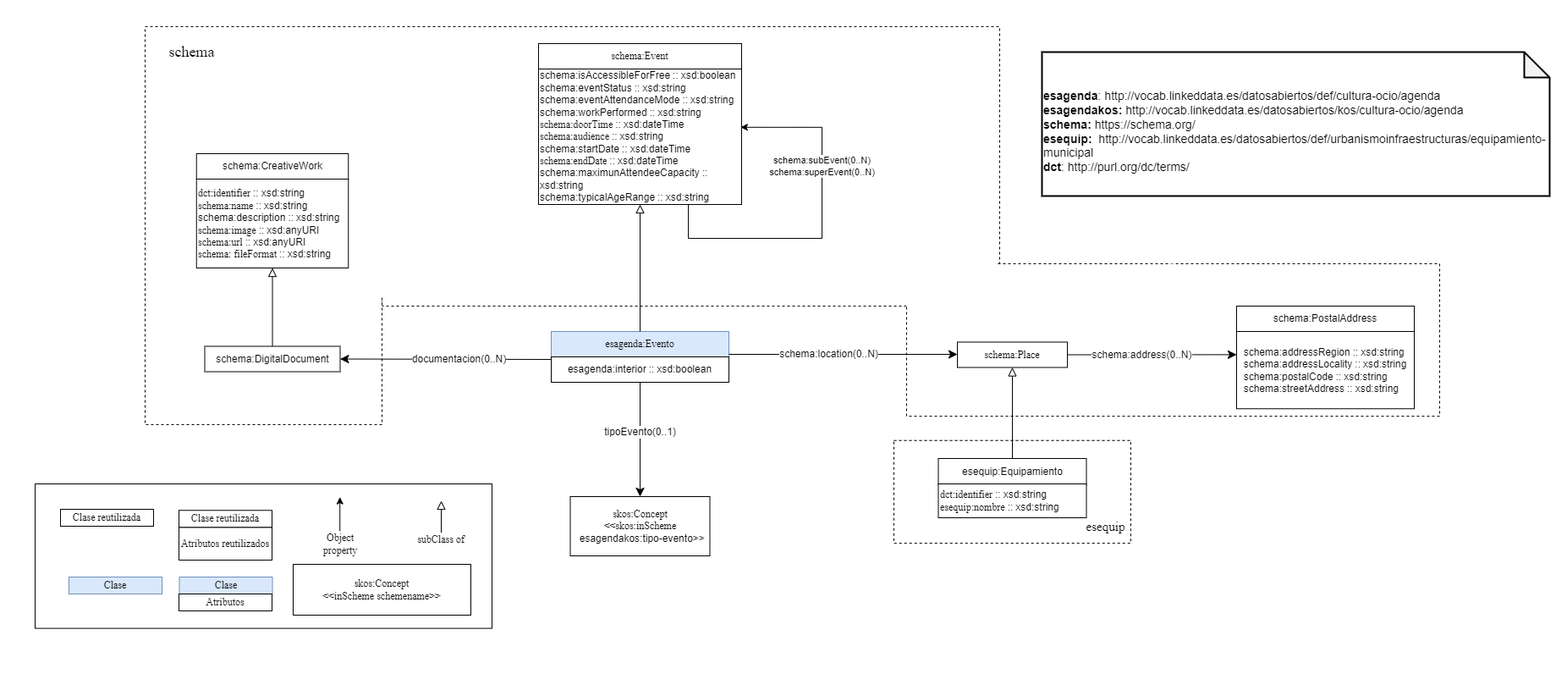
The draw.io diagram resources/images/ontology.png in josuesalas25/esagenda.github.io, before a commit. Source tidied: cells renumbered, new cells last; positions are measured from the earlier drawing's top-left corner, leaving out a move shared by most shapes.
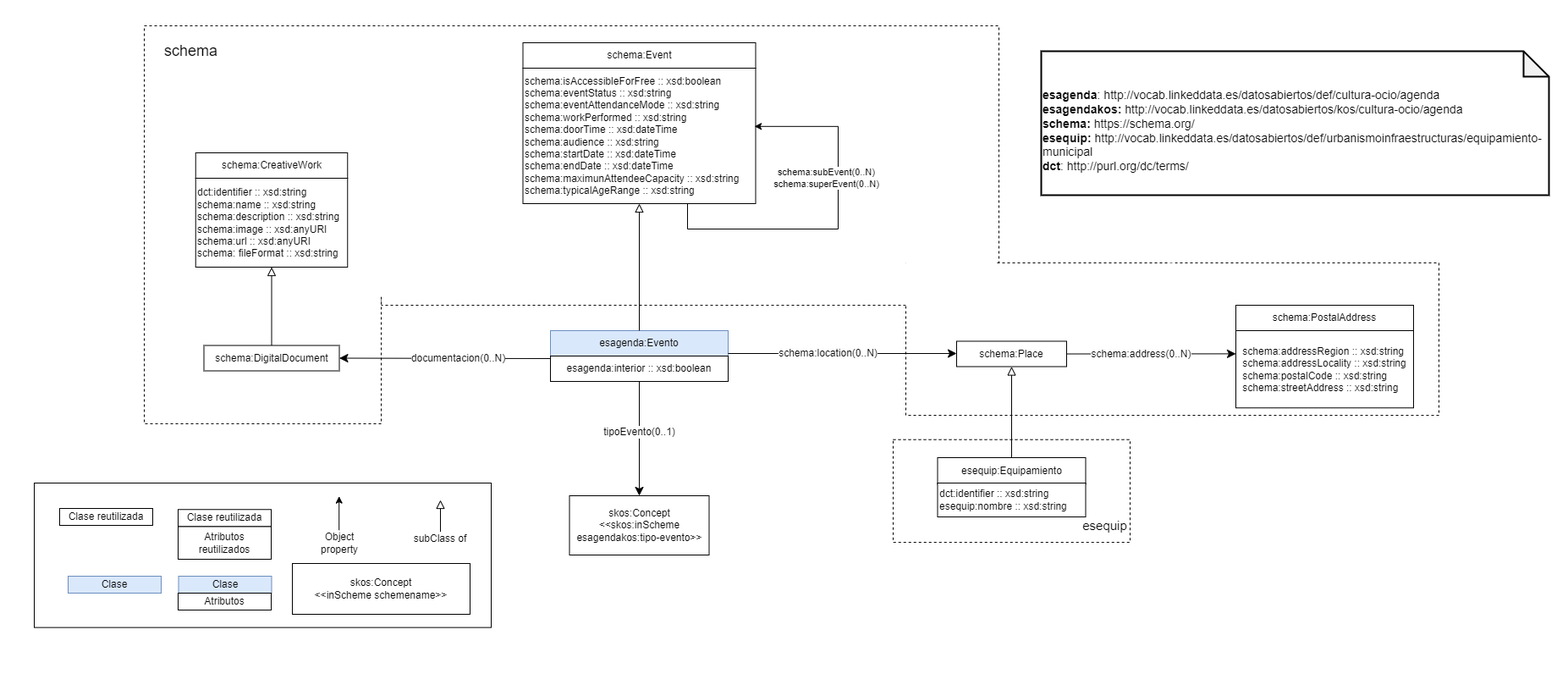
Later version of the same file.

Change to the diagram source:
```diff
@@ -89,10 +89,10 @@
       <mxGeometry x="1107.5" y="570" width="175" height="40" as="geometry" />
     </mxCell>
     <mxCell id="30" value="schema:isAccessibleForFree :: xsd:boolean&amp;nbsp;&lt;br&gt;schema:eventStatus :: xsd:string&lt;br&gt;schema:eventAttendanceMode :: xsd:string&lt;br&gt;schema:workPerformed :: xsd:string&lt;br&gt;schema:doorTime :: xsd:dateTime&lt;br&gt;&lt;div&gt;schema:audience :: xsd:string&amp;nbsp;&lt;/div&gt;&lt;div&gt;schema:startDate :: xsd:dateTime&lt;/div&gt;schema:endDate :: xsd:dateTime&lt;br&gt;schema:maximunAttendeeCapacity :: xsd:string&lt;br&gt;schema:typicalAgeRange :: xsd:string" style="rounded=0;whiteSpace=wrap;html=1;snapToPoint=1;points=[[0.1,0],[0.2,0],[0.3,0],[0.4,0],[0.5,0],[0.6,0],[0.7,0],[0.8,0],[0.9,0],[0,0.1],[0,0.3],[0,0.5],[0,0.7],[0,0.9],[0.1,1],[0.2,1],[0.3,1],[0.4,1],[0.5,1],[0.6,1],[0.7,1],[0.8,1],[0.9,1],[1,0.1],[1,0.3],[1,0.5],[1,0.7],[1,0.9]];align=left;" parent="1" vertex="1">
-      <mxGeometry x="635" y="80" width="240" height="160" as="geometry" />
+      <mxGeometry x="617.5" y="80" width="275" height="160" as="geometry" />
     </mxCell>
     <mxCell id="31" value="schema:Event" style="rounded=0;whiteSpace=wrap;html=1;" parent="1" vertex="1">
-      <mxGeometry x="635" y="50" width="240" height="30" as="geometry" />
+      <mxGeometry x="617.5" y="50" width="275" height="30" as="geometry" />
     </mxCell>
     <mxCell id="32" style="endArrow=block;html=1;fontColor=#000099;endFill=0;endSize=8;arcSize=0;rounded=0;entryX=0.5;entryY=1;entryDx=0;entryDy=0;exitX=0.5;exitY=0;exitDx=0;exitDy=0;" parent="1" edge="1" source="8" target="30">
       <mxGeometry relative="1" as="geometry" />
@@ -100,15 +100,16 @@
     <mxCell id="33" style="edgeStyle=orthogonalEdgeStyle;rounded=0;orthogonalLoop=1;jettySize=auto;html=1;exitX=0.771;exitY=1;exitDx=0;exitDy=0;entryX=0.995;entryY=0.43;entryDx=0;entryDy=0;entryPerimeter=0;exitPerimeter=0;" parent="1" edge="1" source="30" target="30">
       <mxGeometry relative="1" as="geometry">
         <Array as="points">
-          <mxPoint x="812" y="280" />
-          <mxPoint x="970" y="280" />
-          <mxPoint x="970" y="149" />
+          <mxPoint x="812" y="240" />
+          <mxPoint x="812" y="270" />
+          <mxPoint x="990" y="270" />
+          <mxPoint x="990" y="149" />
         </Array>
       </mxGeometry>
     </mxCell>
     <mxCell id="34" value="&lt;div&gt;schema:subEvent(0..N)&lt;/div&gt;&lt;div&gt;schema:superEvent(0..N)&lt;br&gt;&lt;/div&gt;" style="edgeLabel;html=1;align=center;verticalAlign=middle;" parent="33" vertex="1">
       <mxGeometry x="-0.24" y="1" relative="1" as="geometry">
-        <mxPoint x="41" y="-84" as="offset" />
+        <mxPoint x="41" y="-59" as="offset" />
       </mxGeometry>
     </mxCell>
     <mxCell id="35" value="&lt;font style=&quot;font-size: 18px&quot;&gt;schema&lt;/font&gt;" style="text;html=1;align=center;verticalAlign=middle;strokeColor=none;fillColor=none;strokeWidth=2;fontSize=15;" parent="1" vertex="1">
@@ -131,7 +132,7 @@
     <mxCell id="40" style="endArrow=none;html=1;rounded=0;strokeColor=#FFFFFF;strokeWidth=6;exitX=0;exitY=0;exitDx=0;exitDy=0;entryX=0.17;entryY=-0.002;entryDx=0;entryDy=0;entryPerimeter=0;" parent="1" edge="1" source="5" target="5">
       <mxGeometry relative="1" as="geometry" />
     </mxCell>
-    <mxCell id="41" value="&lt;div align=&quot;center&quot;&gt;&lt;b&gt;&lt;br&gt;&lt;/b&gt;&lt;/div&gt;&lt;div style=&quot;font-size: 14px;&quot;&gt;&lt;font style=&quot;font-size: 14px;&quot;&gt;&lt;b&gt;esagenda&lt;/b&gt;: http://vocab.linkeddata.es/datosabiertos/def/cultura-ocio/agenda&lt;b&gt;&lt;br&gt;&lt;/b&gt;&lt;/font&gt;&lt;/div&gt;&lt;div style=&quot;font-size: 14px;&quot;&gt;&lt;font style=&quot;font-size: 14px;&quot;&gt;&lt;b&gt;esagendakos: &lt;/b&gt;http://vocab.linkeddata.es/datosabiertos/kos/cultura-ocio/agenda&lt;/font&gt;&lt;/div&gt;&lt;div style=&quot;font-size: 14px;&quot;&gt;&lt;font style=&quot;font-size: 14px;&quot;&gt;&lt;b&gt;schema:&lt;/b&gt; https://schema.org/&lt;/font&gt;&lt;/div&gt;&lt;div style=&quot;font-size: 14px;&quot;&gt;&lt;font style=&quot;font-size: 14px;&quot;&gt;&lt;b&gt;esequip:&amp;nbsp; &lt;/b&gt;http://vocab.linkeddata.es/datosabiertos/def/urbanismoinfraestructuras/equipamiento-municipal&lt;br&gt;&lt;/font&gt;&lt;/div&gt;&lt;div style=&quot;font-size: 14px;&quot;&gt;&lt;font style=&quot;font-size: 14px;&quot;&gt;&lt;b&gt;dct&lt;/b&gt;: http://purl.org/dc/terms/&lt;/font&gt;&lt;br&gt;&lt;/div&gt;" style="shape=note;whiteSpace=wrap;html=1;backgroundOutline=1;darkOpacity=0.05;fontSize=15;strokeColor=#000000;strokeWidth=2;align=left;" parent="1" vertex="1">
+    <mxCell id="41" value="&lt;div align=&quot;center&quot;&gt;&lt;b&gt;&lt;br&gt;&lt;/b&gt;&lt;/div&gt;&lt;div style=&quot;font-size: 14px;&quot;&gt;&lt;font style=&quot;font-size: 14px;&quot;&gt;&lt;b&gt;esagenda&lt;/b&gt;: http://vocab.linkeddata.es/datosabiertos/def/cultura-ocio/agenda&lt;b&gt;&lt;br&gt;&lt;/b&gt;&lt;/font&gt;&lt;/div&gt;&lt;div style=&quot;font-size: 14px;&quot;&gt;&lt;font style=&quot;font-size: 14px;&quot;&gt;&lt;b&gt;esagendakos: &lt;/b&gt;http://vocab.linkeddata.es/datosabiertos/kos/cultura-ocio/agenda&lt;/font&gt;&lt;/div&gt;&lt;div style=&quot;font-size: 14px;&quot;&gt;&lt;font style=&quot;font-size: 14px;&quot;&gt;&lt;b&gt;schema:&lt;/b&gt; https://schema.org/&lt;/font&gt;&lt;/div&gt;&lt;div style=&quot;font-size: 14px;&quot;&gt;&lt;font style=&quot;font-size: 14px;&quot;&gt;&lt;b&gt;esequip:&amp;nbsp;&lt;/b&gt;http://vocab.linkeddata.es/datosabiertos/def/urbanismoinfraestructuras/equipamiento-municipal&lt;br&gt;&lt;/font&gt;&lt;/div&gt;&lt;div style=&quot;font-size: 14px;&quot;&gt;&lt;font style=&quot;font-size: 14px;&quot;&gt;&lt;b&gt;dct&lt;/b&gt;: http://purl.org/dc/terms/&lt;/font&gt;&lt;br&gt;&lt;/div&gt;" style="shape=note;whiteSpace=wrap;html=1;backgroundOutline=1;darkOpacity=0.05;fontSize=15;strokeColor=#000000;strokeWidth=2;align=left;" parent="1" vertex="1">
       <mxGeometry x="1230" y="60" width="600" height="170" as="geometry" />
     </mxCell>
     <mxCell id="42" style="rounded=0;whiteSpace=wrap;html=1;" parent="1" vertex="1">
```
